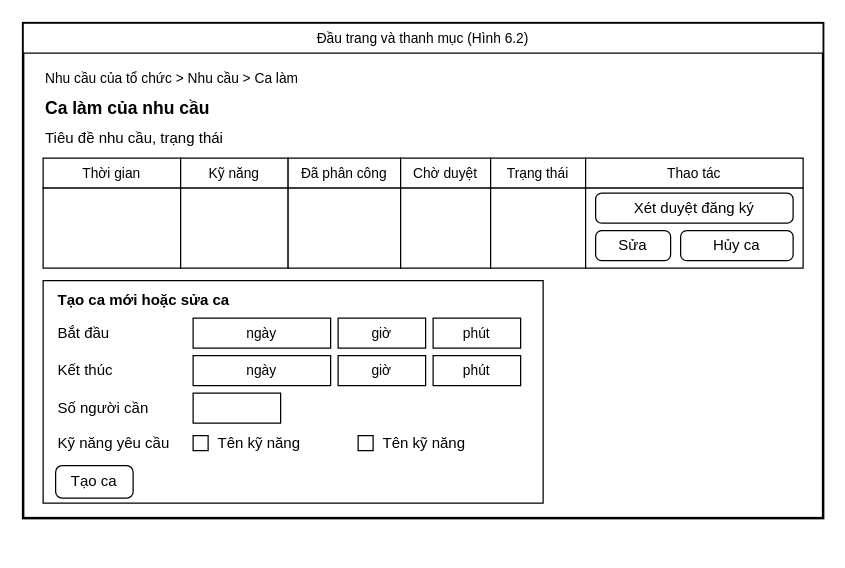
The draw.io diagram docs/giao_dien/drawio/M08_Quan_ly_ca_lam.drawio in kanishere55/OOSD_NenTangDieuPhoi_TNV, before the edit. Source tidied: cells renumbered, new cells numbered last; positions are measured from the earlier drawing's top-left corner, leaving out a move shared by most shapes. Both pictures are drawn from the tidied source at 125%, with x=0, y=0 at pixel (22, 22).
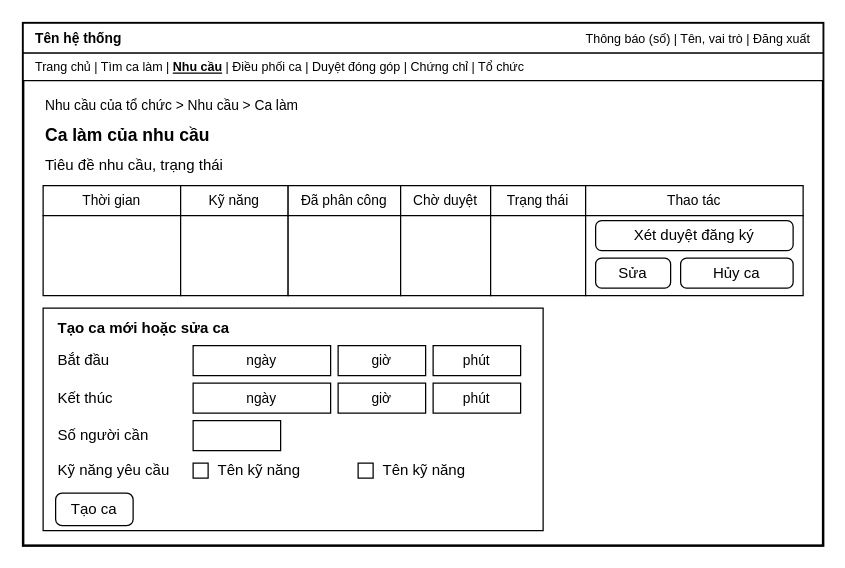
The same diagram, later.

Change to the diagram source:
```diff
@@
     <mxCell id="2" style="rounded=0;whiteSpace=wrap;html=1;fillColor=#ffffff;strokeColor=#000000;strokeWidth=2;" parent="1" vertex="1">
-      <mxGeometry width="640" height="396" as="geometry" />
+      <mxGeometry width="640" height="418" as="geometry" />
     </mxCell>
-    <mxCell id="3" value="Đầu trang và thanh mục (Hình 6.2)" style="rounded=0;whiteSpace=wrap;html=1;fillColor=#ffffff;strokeColor=#000000;fontColor=#000000;fontSize=11;align=center;" parent="1" vertex="1">
+    <mxCell id="3" style="rounded=0;whiteSpace=wrap;html=1;fillColor=#ffffff;strokeColor=#000000;fontColor=#000000;fontSize=12;align=center;" parent="1" vertex="1">
       <mxGeometry width="640" height="24" as="geometry" />
     </mxCell>
-    <mxCell id="4" value="Nhu cầu của tổ chức &gt; Nhu cầu &gt; Ca làm" style="text;html=1;strokeColor=none;fillColor=none;whiteSpace=wrap;verticalAlign=middle;fontColor=#000000;align=left;fontSize=11;fontStyle=0;" parent="1" vertex="1">
-      <mxGeometry x="16" y="34" width="400" height="20" as="geometry" />
+    <mxCell id="4" value="Tên hệ thống" style="text;html=1;strokeColor=none;fillColor=none;whiteSpace=wrap;verticalAlign=middle;fontColor=#000000;align=left;fontSize=11;fontStyle=1;" parent="1" vertex="1">
+      <mxGeometry x="8" y="2" width="150" height="20" as="geometry" />
     </mxCell>
-    <mxCell id="5" value="Ca làm của nhu cầu" style="text;html=1;strokeColor=none;fillColor=none;whiteSpace=wrap;verticalAlign=middle;fontColor=#000000;align=left;fontSize=14;fontStyle=1;" parent="1" vertex="1">
-      <mxGeometry x="16" y="56" width="400" height="24" as="geometry" />
+    <mxCell id="5" value="Thông báo (số)   |   Tên, vai trò   |   Đăng xuất" style="text;html=1;strokeColor=none;fillColor=none;whiteSpace=wrap;verticalAlign=middle;fontColor=#000000;align=right;fontSize=10;fontStyle=0;" parent="1" vertex="1">
+      <mxGeometry x="340" y="2" width="292" height="20" as="geometry" />
     </mxCell>
-    <mxCell id="6" value="Tiêu đề nhu cầu, trạng thái" style="text;html=1;strokeColor=none;fillColor=none;whiteSpace=wrap;verticalAlign=middle;fontColor=#000000;align=left;fontSize=12;fontStyle=0;" parent="1" vertex="1">
-      <mxGeometry x="16" y="82" width="400" height="20" as="geometry" />
+    <mxCell id="6" style="rounded=0;whiteSpace=wrap;html=1;fillColor=#ffffff;strokeColor=#000000;fontColor=#000000;fontSize=12;align=center;" parent="1" vertex="1">
+      <mxGeometry y="24" width="640" height="22" as="geometry" />
     </mxCell>
-    <mxCell id="7" value="Thời gian" style="rounded=0;whiteSpace=wrap;html=1;fillColor=#ffffff;strokeColor=#000000;fontColor=#000000;fontSize=11;align=center;" parent="1" vertex="1">
-      <mxGeometry x="16" y="108" width="110" height="24" as="geometry" />
+    <mxCell id="7" value="Trang chủ   |   Tìm ca làm   |   &lt;b&gt;&lt;u&gt;Nhu cầu&lt;/u&gt;&lt;/b&gt;   |   Điều phối ca   |   Duyệt đóng góp   |   Chứng chỉ   |   Tổ chức" style="text;html=1;strokeColor=none;fillColor=none;whiteSpace=wrap;verticalAlign=middle;fontColor=#000000;align=left;fontSize=10;fontStyle=0;" parent="1" vertex="1">
+      <mxGeometry x="8" y="25" width="624" height="20" as="geometry" />
     </mxCell>
-    <mxCell id="8" style="rounded=0;whiteSpace=wrap;html=1;fillColor=#ffffff;strokeColor=#000000;fontColor=#000000;fontSize=12;align=center;" parent="1" vertex="1">
-      <mxGeometry x="16" y="132" width="110" height="64" as="geometry" />
+    <mxCell id="8" value="Nhu cầu của tổ chức &gt; Nhu cầu &gt; Ca làm" style="text;html=1;strokeColor=none;fillColor=none;whiteSpace=wrap;verticalAlign=middle;fontColor=#000000;align=left;fontSize=11;fontStyle=0;" parent="1" vertex="1">
+      <mxGeometry x="16" y="56" width="400" height="20" as="geometry" />
     </mxCell>
-    <mxCell id="9" value="Kỹ năng" style="rounded=0;whiteSpace=wrap;html=1;fillColor=#ffffff;strokeColor=#000000;fontColor=#000000;fontSize=11;align=center;" parent="1" vertex="1">
-      <mxGeometry x="126" y="108" width="86" height="24" as="geometry" />
+    <mxCell id="9" value="Ca làm của nhu cầu" style="text;html=1;strokeColor=none;fillColor=none;whiteSpace=wrap;verticalAlign=middle;fontColor=#000000;align=left;fontSize=14;fontStyle=1;" parent="1" vertex="1">
+      <mxGeometry x="16" y="78" width="400" height="24" as="geometry" />
     </mxCell>
-    <mxCell id="10" style="rounded=0;whiteSpace=wrap;html=1;fillColor=#ffffff;strokeColor=#000000;fontColor=#000000;fontSize=12;align=center;" parent="1" vertex="1">
-      <mxGeometry x="126" y="132" width="86" height="64" as="geometry" />
+    <mxCell id="10" value="Tiêu đề nhu cầu, trạng thái" style="text;html=1;strokeColor=none;fillColor=none;whiteSpace=wrap;verticalAlign=middle;fontColor=#000000;align=left;fontSize=12;fontStyle=0;" parent="1" vertex="1">
+      <mxGeometry x="16" y="104" width="400" height="20" as="geometry" />
     </mxCell>
-    <mxCell id="11" value="Đã phân công" style="rounded=0;whiteSpace=wrap;html=1;fillColor=#ffffff;strokeColor=#000000;fontColor=#000000;fontSize=11;align=center;" parent="1" vertex="1">
-      <mxGeometry x="212" y="108" width="90" height="24" as="geometry" />
+    <mxCell id="11" value="Thời gian" style="rounded=0;whiteSpace=wrap;html=1;fillColor=#ffffff;strokeColor=#000000;fontColor=#000000;fontSize=11;align=center;" parent="1" vertex="1">
+      <mxGeometry x="16" y="130" width="110" height="24" as="geometry" />
     </mxCell>
     <mxCell id="12" style="rounded=0;whiteSpace=wrap;html=1;fillColor=#ffffff;strokeColor=#000000;fontColor=#000000;fontSize=12;align=center;" parent="1" vertex="1">
-      <mxGeometry x="212" y="132" width="90" height="64" as="geometry" />
+      <mxGeometry x="16" y="154" width="110" height="64" as="geometry" />
     </mxCell>
-    <mxCell id="13" value="Chờ duyệt" style="rounded=0;whiteSpace=wrap;html=1;fillColor=#ffffff;strokeColor=#000000;fontColor=#000000;fontSize=11;align=center;" parent="1" vertex="1">
-      <mxGeometry x="302" y="108" width="72" height="24" as="geometry" />
+    <mxCell id="13" value="Kỹ năng" style="rounded=0;whiteSpace=wrap;html=1;fillColor=#ffffff;strokeColor=#000000;fontColor=#000000;fontSize=11;align=center;" parent="1" vertex="1">
+      <mxGeometry x="126" y="130" width="86" height="24" as="geometry" />
     </mxCell>
     <mxCell id="14" style="rounded=0;whiteSpace=wrap;html=1;fillColor=#ffffff;strokeColor=#000000;fontColor=#000000;fontSize=12;align=center;" parent="1" vertex="1">
-      <mxGeometry x="302" y="132" width="72" height="64" as="geometry" />
+      <mxGeometry x="126" y="154" width="86" height="64" as="geometry" />
     </mxCell>
-    <mxCell id="15" value="Trạng thái" style="rounded=0;whiteSpace=wrap;html=1;fillColor=#ffffff;strokeColor=#000000;fontColor=#000000;fontSize=11;align=center;" parent="1" vertex="1">
-      <mxGeometry x="374" y="108" width="76" height="24" as="geometry" />
+    <mxCell id="15" value="Đã phân công" style="rounded=0;whiteSpace=wrap;html=1;fillColor=#ffffff;strokeColor=#000000;fontColor=#000000;fontSize=11;align=center;" parent="1" vertex="1">
+      <mxGeometry x="212" y="130" width="90" height="24" as="geometry" />
     </mxCell>
     <mxCell id="16" style="rounded=0;whiteSpace=wrap;html=1;fillColor=#ffffff;strokeColor=#000000;fontColor=#000000;fontSize=12;align=center;" parent="1" vertex="1">
-      <mxGeometry x="374" y="132" width="76" height="64" as="geometry" />
+      <mxGeometry x="212" y="154" width="90" height="64" as="geometry" />
     </mxCell>
-    <mxCell id="17" value="Thao tác" style="rounded=0;whiteSpace=wrap;html=1;fillColor=#ffffff;strokeColor=#000000;fontColor=#000000;fontSize=11;align=center;" parent="1" vertex="1">
-      <mxGeometry x="450" y="108" width="174" height="24" as="geometry" />
+    <mxCell id="17" value="Chờ duyệt" style="rounded=0;whiteSpace=wrap;html=1;fillColor=#ffffff;strokeColor=#000000;fontColor=#000000;fontSize=11;align=center;" parent="1" vertex="1">
+      <mxGeometry x="302" y="130" width="72" height="24" as="geometry" />
     </mxCell>
     <mxCell id="18" style="rounded=0;whiteSpace=wrap;html=1;fillColor=#ffffff;strokeColor=#000000;fontColor=#000000;fontSize=12;align=center;" parent="1" vertex="1">
-      <mxGeometry x="450" y="132" width="174" height="64" as="geometry" />
+      <mxGeometry x="302" y="154" width="72" height="64" as="geometry" />
     </mxCell>
-    <mxCell id="19" value="Xét duyệt đăng ký" style="rounded=1;arcSize=20;whiteSpace=wrap;html=1;fillColor=#ffffff;strokeColor=#000000;fontColor=#000000;fontSize=12;" parent="1" vertex="1">
-      <mxGeometry x="458" y="136" width="158" height="24" as="geometry" />
+    <mxCell id="19" value="Trạng thái" style="rounded=0;whiteSpace=wrap;html=1;fillColor=#ffffff;strokeColor=#000000;fontColor=#000000;fontSize=11;align=center;" parent="1" vertex="1">
+      <mxGeometry x="374" y="130" width="76" height="24" as="geometry" />
     </mxCell>
-    <mxCell id="20" value="Sửa" style="rounded=1;arcSize=20;whiteSpace=wrap;html=1;fillColor=#ffffff;strokeColor=#000000;fontColor=#000000;fontSize=12;" parent="1" vertex="1">
-      <mxGeometry x="458" y="166" width="60" height="24" as="geometry" />
+    <mxCell id="20" style="rounded=0;whiteSpace=wrap;html=1;fillColor=#ffffff;strokeColor=#000000;fontColor=#000000;fontSize=12;align=center;" parent="1" vertex="1">
+      <mxGeometry x="374" y="154" width="76" height="64" as="geometry" />
     </mxCell>
-    <mxCell id="21" value="Hủy ca" style="rounded=1;arcSize=20;whiteSpace=wrap;html=1;fillColor=#ffffff;strokeColor=#000000;fontColor=#000000;fontSize=12;" parent="1" vertex="1">
-      <mxGeometry x="526" y="166" width="90" height="24" as="geometry" />
+    <mxCell id="21" value="Thao tác" style="rounded=0;whiteSpace=wrap;html=1;fillColor=#ffffff;strokeColor=#000000;fontColor=#000000;fontSize=11;align=center;" parent="1" vertex="1">
+      <mxGeometry x="450" y="130" width="174" height="24" as="geometry" />
     </mxCell>
     <mxCell id="22" style="rounded=0;whiteSpace=wrap;html=1;fillColor=#ffffff;strokeColor=#000000;fontColor=#000000;fontSize=12;align=center;" parent="1" vertex="1">
-      <mxGeometry x="16" y="206" width="400" height="178" as="geometry" />
+      <mxGeometry x="450" y="154" width="174" height="64" as="geometry" />
     </mxCell>
-    <mxCell id="23" value="Tạo ca mới hoặc sửa ca" style="text;html=1;strokeColor=none;fillColor=none;whiteSpace=wrap;verticalAlign=middle;fontColor=#000000;align=left;fontSize=12;fontStyle=1;" parent="1" vertex="1">
-      <mxGeometry x="26" y="212" width="300" height="20" as="geometry" />
+    <mxCell id="23" value="Xét duyệt đăng ký" style="rounded=1;arcSize=20;whiteSpace=wrap;html=1;fillColor=#ffffff;strokeColor=#000000;fontColor=#000000;fontSize=12;" parent="1" vertex="1">
+      <mxGeometry x="458" y="158" width="158" height="24" as="geometry" />
     </mxCell>
-    <mxCell id="24" value="Bắt đầu" style="text;html=1;strokeColor=none;fillColor=none;whiteSpace=wrap;verticalAlign=middle;fontColor=#000000;align=left;fontSize=12;fontStyle=0;" parent="1" vertex="1">
-      <mxGeometry x="26" y="236" width="110" height="24" as="geometry" />
+    <mxCell id="24" value="Sửa" style="rounded=1;arcSize=20;whiteSpace=wrap;html=1;fillColor=#ffffff;strokeColor=#000000;fontColor=#000000;fontSize=12;" parent="1" vertex="1">
+      <mxGeometry x="458" y="188" width="60" height="24" as="geometry" />
     </mxCell>
-    <mxCell id="25" value="ngày" style="rounded=0;whiteSpace=wrap;html=1;fillColor=#ffffff;strokeColor=#000000;fontColor=#000000;fontSize=11;align=center;" parent="1" vertex="1">
-      <mxGeometry x="136" y="236" width="110" height="24" as="geometry" />
+    <mxCell id="25" value="Hủy ca" style="rounded=1;arcSize=20;whiteSpace=wrap;html=1;fillColor=#ffffff;strokeColor=#000000;fontColor=#000000;fontSize=12;" parent="1" vertex="1">
+      <mxGeometry x="526" y="188" width="90" height="24" as="geometry" />
     </mxCell>
-    <mxCell id="26" value="giờ" style="rounded=0;whiteSpace=wrap;html=1;fillColor=#ffffff;strokeColor=#000000;fontColor=#000000;fontSize=11;align=center;" parent="1" vertex="1">
-      <mxGeometry x="252" y="236" width="70" height="24" as="geometry" />
+    <mxCell id="26" style="rounded=0;whiteSpace=wrap;html=1;fillColor=#ffffff;strokeColor=#000000;fontColor=#000000;fontSize=12;align=center;" parent="1" vertex="1">
+      <mxGeometry x="16" y="228" width="400" height="178" as="geometry" />
     </mxCell>
-    <mxCell id="27" value="phút" style="rounded=0;whiteSpace=wrap;html=1;fillColor=#ffffff;strokeColor=#000000;fontColor=#000000;fontSize=11;align=center;" parent="1" vertex="1">
-      <mxGeometry x="328" y="236" width="70" height="24" as="geometry" />
+    <mxCell id="27" value="Tạo ca mới hoặc sửa ca" style="text;html=1;strokeColor=none;fillColor=none;whiteSpace=wrap;verticalAlign=middle;fontColor=#000000;align=left;fontSize=12;fontStyle=1;" parent="1" vertex="1">
+      <mxGeometry x="26" y="234" width="300" height="20" as="geometry" />
     </mxCell>
-    <mxCell id="28" value="Kết thúc" style="text;html=1;strokeColor=none;fillColor=none;whiteSpace=wrap;verticalAlign=middle;fontColor=#000000;align=left;fontSize=12;fontStyle=0;" parent="1" vertex="1">
-      <mxGeometry x="26" y="266" width="110" height="24" as="geometry" />
+    <mxCell id="28" value="Bắt đầu" style="text;html=1;strokeColor=none;fillColor=none;whiteSpace=wrap;verticalAlign=middle;fontColor=#000000;align=left;fontSize=12;fontStyle=0;" parent="1" vertex="1">
+      <mxGeometry x="26" y="258" width="110" height="24" as="geometry" />
     </mxCell>
     <mxCell id="29" value="ngày" style="rounded=0;whiteSpace=wrap;html=1;fillColor=#ffffff;strokeColor=#000000;fontColor=#000000;fontSize=11;align=center;" parent="1" vertex="1">
-      <mxGeometry x="136" y="266" width="110" height="24" as="geometry" />
+      <mxGeometry x="136" y="258" width="110" height="24" as="geometry" />
     </mxCell>
     <mxCell id="30" value="giờ" style="rounded=0;whiteSpace=wrap;html=1;fillColor=#ffffff;strokeColor=#000000;fontColor=#000000;fontSize=11;align=center;" parent="1" vertex="1">
-      <mxGeometry x="252" y="266" width="70" height="24" as="geometry" />
+      <mxGeometry x="252" y="258" width="70" height="24" as="geometry" />
     </mxCell>
     <mxCell id="31" value="phút" style="rounded=0;whiteSpace=wrap;html=1;fillColor=#ffffff;strokeColor=#000000;fontColor=#000000;fontSize=11;align=center;" parent="1" vertex="1">
-      <mxGeometry x="328" y="266" width="70" height="24" as="geometry" />
+      <mxGeometry x="328" y="258" width="70" height="24" as="geometry" />
     </mxCell>
-    <mxCell id="32" value="Số người cần" style="text;html=1;strokeColor=none;fillColor=none;whiteSpace=wrap;verticalAlign=middle;fontColor=#000000;align=left;fontSize=12;fontStyle=0;" parent="1" vertex="1">
-      <mxGeometry x="26" y="296" width="110" height="24" as="geometry" />
+    <mxCell id="32" value="Kết thúc" style="text;html=1;strokeColor=none;fillColor=none;whiteSpace=wrap;verticalAlign=middle;fontColor=#000000;align=left;fontSize=12;fontStyle=0;" parent="1" vertex="1">
+      <mxGeometry x="26" y="288" width="110" height="24" as="geometry" />
     </mxCell>
-    <mxCell id="33" style="rounded=0;whiteSpace=wrap;html=1;fillColor=#ffffff;strokeColor=#000000;fontColor=#000000;fontSize=12;align=center;" parent="1" vertex="1">
-      <mxGeometry x="136" y="296" width="70" height="24" as="geometry" />
+    <mxCell id="33" value="ngày" style="rounded=0;whiteSpace=wrap;html=1;fillColor=#ffffff;strokeColor=#000000;fontColor=#000000;fontSize=11;align=center;" parent="1" vertex="1">
+      <mxGeometry x="136" y="288" width="110" height="24" as="geometry" />
     </mxCell>
-    <mxCell id="34" value="Kỹ năng yêu cầu" style="text;html=1;strokeColor=none;fillColor=none;whiteSpace=wrap;verticalAlign=middle;fontColor=#000000;align=left;fontSize=12;fontStyle=0;" parent="1" vertex="1">
-      <mxGeometry x="26" y="326" width="110" height="20" as="geometry" />
+    <mxCell id="34" value="giờ" style="rounded=0;whiteSpace=wrap;html=1;fillColor=#ffffff;strokeColor=#000000;fontColor=#000000;fontSize=11;align=center;" parent="1" vertex="1">
+      <mxGeometry x="252" y="288" width="70" height="24" as="geometry" />
     </mxCell>
-    <mxCell id="35" style="rounded=0;whiteSpace=wrap;html=1;fillColor=#ffffff;strokeColor=#000000;fontColor=#000000;fontSize=12;align=center;" parent="1" vertex="1">
-      <mxGeometry x="136" y="330" width="12" height="12" as="geometry" />
+    <mxCell id="35" value="phút" style="rounded=0;whiteSpace=wrap;html=1;fillColor=#ffffff;strokeColor=#000000;fontColor=#000000;fontSize=11;align=center;" parent="1" vertex="1">
+      <mxGeometry x="328" y="288" width="70" height="24" as="geometry" />
     </mxCell>
-    <mxCell id="36" value="Tên kỹ năng" style="text;html=1;strokeColor=none;fillColor=none;whiteSpace=wrap;verticalAlign=middle;fontColor=#000000;align=left;fontSize=12;fontStyle=0;" parent="1" vertex="1">
-      <mxGeometry x="154" y="326" width="112" height="20" as="geometry" />
+    <mxCell id="36" value="Số người cần" style="text;html=1;strokeColor=none;fillColor=none;whiteSpace=wrap;verticalAlign=middle;fontColor=#000000;align=left;fontSize=12;fontStyle=0;" parent="1" vertex="1">
+      <mxGeometry x="26" y="318" width="110" height="24" as="geometry" />
     </mxCell>
     <mxCell id="37" style="rounded=0;whiteSpace=wrap;html=1;fillColor=#ffffff;strokeColor=#000000;fontColor=#000000;fontSize=12;align=center;" parent="1" vertex="1">
-      <mxGeometry x="268" y="330" width="12" height="12" as="geometry" />
+      <mxGeometry x="136" y="318" width="70" height="24" as="geometry" />
     </mxCell>
-    <mxCell id="38" value="Tên kỹ năng" style="text;html=1;strokeColor=none;fillColor=none;whiteSpace=wrap;verticalAlign=middle;fontColor=#000000;align=left;fontSize=12;fontStyle=0;" parent="1" vertex="1">
-      <mxGeometry x="286" y="326" width="112" height="20" as="geometry" />
+    <mxCell id="38" value="Kỹ năng yêu cầu" style="text;html=1;strokeColor=none;fillColor=none;whiteSpace=wrap;verticalAlign=middle;fontColor=#000000;align=left;fontSize=12;fontStyle=0;" parent="1" vertex="1">
+      <mxGeometry x="26" y="348" width="110" height="20" as="geometry" />
     </mxCell>
-    <mxCell id="39" value="Tạo ca" style="rounded=1;arcSize=20;whiteSpace=wrap;html=1;fillColor=#ffffff;strokeColor=#000000;fontColor=#000000;fontSize=12;" parent="1" vertex="1">
-      <mxGeometry x="26" y="354" width="62" height="26" as="geometry" />
+    <mxCell id="39" style="rounded=0;whiteSpace=wrap;html=1;fillColor=#ffffff;strokeColor=#000000;fontColor=#000000;fontSize=12;align=center;" parent="1" vertex="1">
+      <mxGeometry x="136" y="352" width="12" height="12" as="geometry" />
     </mxCell>
+    <mxCell id="40" value="Tên kỹ năng" style="text;html=1;strokeColor=none;fillColor=none;whiteSpace=wrap;verticalAlign=middle;fontColor=#000000;align=left;fontSize=12;fontStyle=0;" parent="1" vertex="1">
+      <mxGeometry x="154" y="348" width="112" height="20" as="geometry" />
+    </mxCell>
+    <mxCell id="41" style="rounded=0;whiteSpace=wrap;html=1;fillColor=#ffffff;strokeColor=#000000;fontColor=#000000;fontSize=12;align=center;" parent="1" vertex="1">
+      <mxGeometry x="268" y="352" width="12" height="12" as="geometry" />
+    </mxCell>
+    <mxCell id="42" value="Tên kỹ năng" style="text;html=1;strokeColor=none;fillColor=none;whiteSpace=wrap;verticalAlign=middle;fontColor=#000000;align=left;fontSize=12;fontStyle=0;" parent="1" vertex="1">
+      <mxGeometry x="286" y="348" width="112" height="20" as="geometry" />
+    </mxCell>
+    <mxCell id="43" value="Tạo ca" style="rounded=1;arcSize=20;whiteSpace=wrap;html=1;fillColor=#ffffff;strokeColor=#000000;fontColor=#000000;fontSize=12;" parent="1" vertex="1">
+      <mxGeometry x="26" y="376" width="62" height="26" as="geometry" />
+    </mxCell>
```
